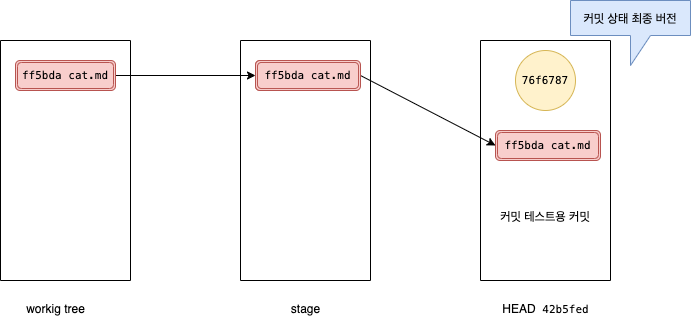
Above: images/도서/커밋다이어그램.png in jina95/TIL (draw.io), before the change. Source tidied: cells renumbered, new cells last; positions are measured from the earlier drawing's top-left corner, leaving out a move shared by most shapes. The source it was exported from:
```xml
<mxGraphModel>
  <root>
    <mxCell id="0" />
    <mxCell id="1" parent="0" />
    <mxCell id="2" style="rounded=0;whiteSpace=wrap;html=1;direction=south;" parent="1" vertex="1">
      <mxGeometry y="40" width="130" height="240" as="geometry" />
    </mxCell>
    <mxCell id="3" value="&amp;nbsp;&lt;br&gt;&lt;br&gt;&lt;br&gt;&lt;br&gt;&lt;br&gt;&lt;br&gt;&lt;br&gt;&lt;br&gt;커밋 테스트용 커밋&lt;br&gt;" style="rounded=0;whiteSpace=wrap;html=1;direction=south;fontFamily=Helvetica;" parent="1" vertex="1">
      <mxGeometry x="480" y="40" width="130" height="240" as="geometry" />
    </mxCell>
    <mxCell id="4" style="rounded=0;whiteSpace=wrap;html=1;direction=south;" parent="1" vertex="1">
      <mxGeometry x="240" y="40" width="130" height="240" as="geometry" />
    </mxCell>
    <mxCell id="5" value="workig tree" style="text;html=1;align=center;verticalAlign=middle;fontFamily=Helvetica;" parent="1" vertex="1">
      <mxGeometry x="20" y="298" width="70" height="20" as="geometry" />
    </mxCell>
    <mxCell id="6" value="stage" style="text;html=1;align=center;verticalAlign=middle;fontFamily=Helvetica;" parent="1" vertex="1">
      <mxGeometry x="285" y="298" width="40" height="20" as="geometry" />
    </mxCell>
    <mxCell id="7" value="HEAD&amp;nbsp;&amp;nbsp;&lt;span style=&quot;font-family: &amp;#34;menlo&amp;#34; ; font-size: 11px&quot;&gt;42b5fed&lt;/span&gt;" style="text;html=1;align=center;verticalAlign=middle;fontFamily=Helvetica;" parent="1" vertex="1">
      <mxGeometry x="495" y="298" width="100" height="20" as="geometry" />
    </mxCell>
    <mxCell id="8" style="edgeStyle=orthogonalEdgeStyle;rounded=0;jettySize=auto;html=1;fontFamily=Helvetica;" parent="1" edge="1" source="9" target="10">
      <mxGeometry relative="1" as="geometry" />
    </mxCell>
    <mxCell id="9" value="&lt;p class=&quot;p1&quot; style=&quot;margin: 0px ; font-stretch: normal ; font-size: 11px ; line-height: normal ; font-family: &amp;#34;menlo&amp;#34;&quot;&gt;&lt;span class=&quot;s1&quot;&gt;ff5bda cat.md&lt;/span&gt;&lt;/p&gt;" style="shape=ext;double=1;rounded=1;whiteSpace=wrap;html=1;fontFamily=Helvetica;fillColor=#f8cecc;strokeColor=#b85450;" parent="1" vertex="1">
      <mxGeometry x="15" y="60" width="100" height="30" as="geometry" />
    </mxCell>
    <mxCell id="10" value="&lt;p class=&quot;p1&quot; style=&quot;margin: 0px ; font-stretch: normal ; font-size: 11px ; line-height: normal ; font-family: &amp;#34;menlo&amp;#34;&quot;&gt;&lt;span class=&quot;s1&quot;&gt;ff5bda cat.md&lt;/span&gt;&lt;/p&gt;" style="shape=ext;double=1;rounded=1;whiteSpace=wrap;html=1;fontFamily=Helvetica;fillColor=#f8cecc;strokeColor=#b85450;" parent="1" vertex="1">
      <mxGeometry x="255" y="60" width="100" height="30" as="geometry" />
    </mxCell>
    <mxCell id="11" style="edgeStyle=none;rounded=0;jettySize=auto;html=1;fontFamily=Helvetica;exitX=1;exitY=0.5;exitDx=0;exitDy=0;entryX=0;entryY=0.5;entryDx=0;entryDy=0;" parent="1" edge="1" source="12" target="13">
      <mxGeometry relative="1" as="geometry" />
    </mxCell>
    <mxCell id="12" value="&lt;p class=&quot;p1&quot; style=&quot;margin: 0px ; font-stretch: normal ; font-size: 11px ; line-height: normal ; font-family: &amp;#34;menlo&amp;#34;&quot;&gt;&lt;span class=&quot;s1&quot;&gt;ff5bda cat.md&lt;/span&gt;&lt;/p&gt;" style="shape=ext;double=1;rounded=1;whiteSpace=wrap;html=1;fontFamily=Helvetica;fillColor=#f8cecc;strokeColor=#b85450;" parent="1" vertex="1">
      <mxGeometry x="255" y="60" width="105" height="30" as="geometry" />
    </mxCell>
    <mxCell id="13" value="&lt;p class=&quot;p1&quot; style=&quot;margin: 0px ; font-stretch: normal ; font-size: 11px ; line-height: normal ; font-family: &amp;#34;menlo&amp;#34;&quot;&gt;&lt;span class=&quot;s1&quot;&gt;ff5bda cat.md&lt;/span&gt;&lt;/p&gt;" style="shape=ext;double=1;rounded=1;whiteSpace=wrap;html=1;fontFamily=Helvetica;fillColor=#f8cecc;strokeColor=#b85450;" parent="1" vertex="1">
      <mxGeometry x="495" y="130" width="105" height="30" as="geometry" />
    </mxCell>
    <mxCell id="14" value="&lt;p class=&quot;p1&quot; style=&quot;margin: 0px ; font-stretch: normal ; font-size: 11px ; line-height: normal ; font-family: &amp;#34;menlo&amp;#34;&quot;&gt;&lt;span class=&quot;s1&quot;&gt;76f6787&lt;/span&gt;&lt;/p&gt;" style="ellipse;whiteSpace=wrap;html=1;fontFamily=Helvetica;fillColor=#fff2cc;strokeColor=#d6b656;" parent="1" vertex="1">
      <mxGeometry x="515" y="50" width="60" height="60" as="geometry" />
    </mxCell>
    <mxCell id="15" value="커밋 상태 최종 버전" style="shape=callout;whiteSpace=wrap;html=1;perimeter=calloutPerimeter;fontFamily=Helvetica;direction=east;fillColor=#dae8fc;strokeColor=#6c8ebf;" parent="1" vertex="1">
      <mxGeometry x="570" width="120" height="65" as="geometry" />
    </mxCell>
  </root>
</mxGraphModel>
```
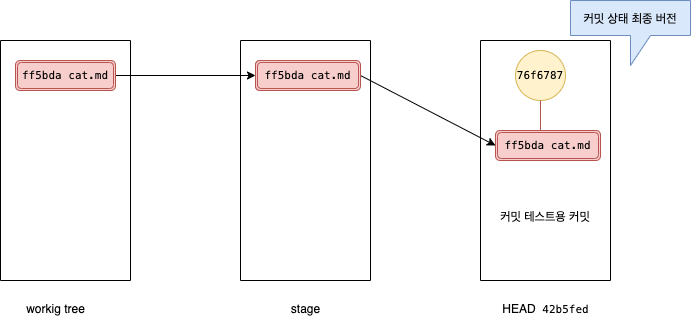
After the commit.

Commit message:
Update 커밋다이어그램.png

Diff of the diagram source:
```diff
@@ -39,10 +39,15 @@
       <mxGeometry x="495" y="130" width="105" height="30" as="geometry" />
     </mxCell>
     <mxCell id="14" value="&lt;p class=&quot;p1&quot; style=&quot;margin: 0px ; font-stretch: normal ; font-size: 11px ; line-height: normal ; font-family: &amp;#34;menlo&amp;#34;&quot;&gt;&lt;span class=&quot;s1&quot;&gt;76f6787&lt;/span&gt;&lt;/p&gt;" style="ellipse;whiteSpace=wrap;html=1;fontFamily=Helvetica;fillColor=#fff2cc;strokeColor=#d6b656;" parent="1" vertex="1">
-      <mxGeometry x="515" y="50" width="60" height="60" as="geometry" />
+      <mxGeometry x="515" y="50" width="50" height="50" as="geometry" />
     </mxCell>
     <mxCell id="15" value="커밋 상태 최종 버전" style="shape=callout;whiteSpace=wrap;html=1;perimeter=calloutPerimeter;fontFamily=Helvetica;direction=east;fillColor=#dae8fc;strokeColor=#6c8ebf;" parent="1" vertex="1">
       <mxGeometry x="570" width="120" height="65" as="geometry" />
     </mxCell>
+    <mxCell id="16" style="endArrow=none;html=1;exitX=0.5;exitY=1;exitDx=0;exitDy=0;fillColor=#f8cecc;strokeColor=#b85450;" parent="1" edge="1" source="14">
+      <mxGeometry relative="1" as="geometry">
+        <mxPoint x="540" y="130" as="targetPoint" />
+      </mxGeometry>
+    </mxCell>
   </root>
 </mxGraphModel>
```
